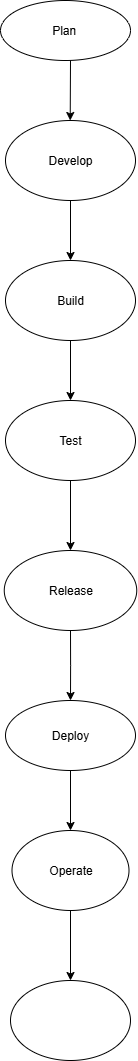
gayathri225489/DevOps keeps this draw.io diagram as Flowchart.drawio.png. Above is the earlier version. Source tidied: cells renumbered, new cells last; positions are measured from the earlier drawing's top-left corner, leaving out a move shared by most shapes.
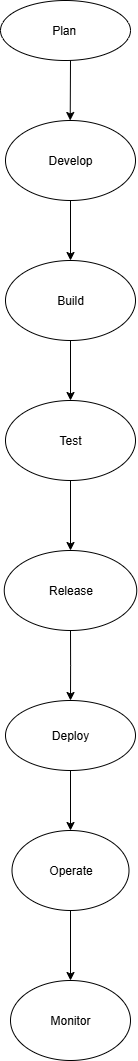
After the commit.

The edit, as a diff of the source:
```diff
@@ -31,7 +31,7 @@
     <mxCell id="9" value="Test" style="ellipse;whiteSpace=wrap;html=1;" parent="1" vertex="1">
       <mxGeometry x="5" y="400" width="130" height="80" as="geometry" />
     </mxCell>
-    <mxCell id="10" style="ellipse;whiteSpace=wrap;html=1;" parent="1" vertex="1">
+    <mxCell id="10" value="Monitor" style="ellipse;whiteSpace=wrap;html=1;" parent="1" vertex="1">
       <mxGeometry x="10" y="980" width="120" height="80" as="geometry" />
     </mxCell>
     <mxCell id="11" style="edgeStyle=orthogonalEdgeStyle;rounded=0;jettySize=auto;html=1;" parent="1" edge="1" source="12" target="16">
```
